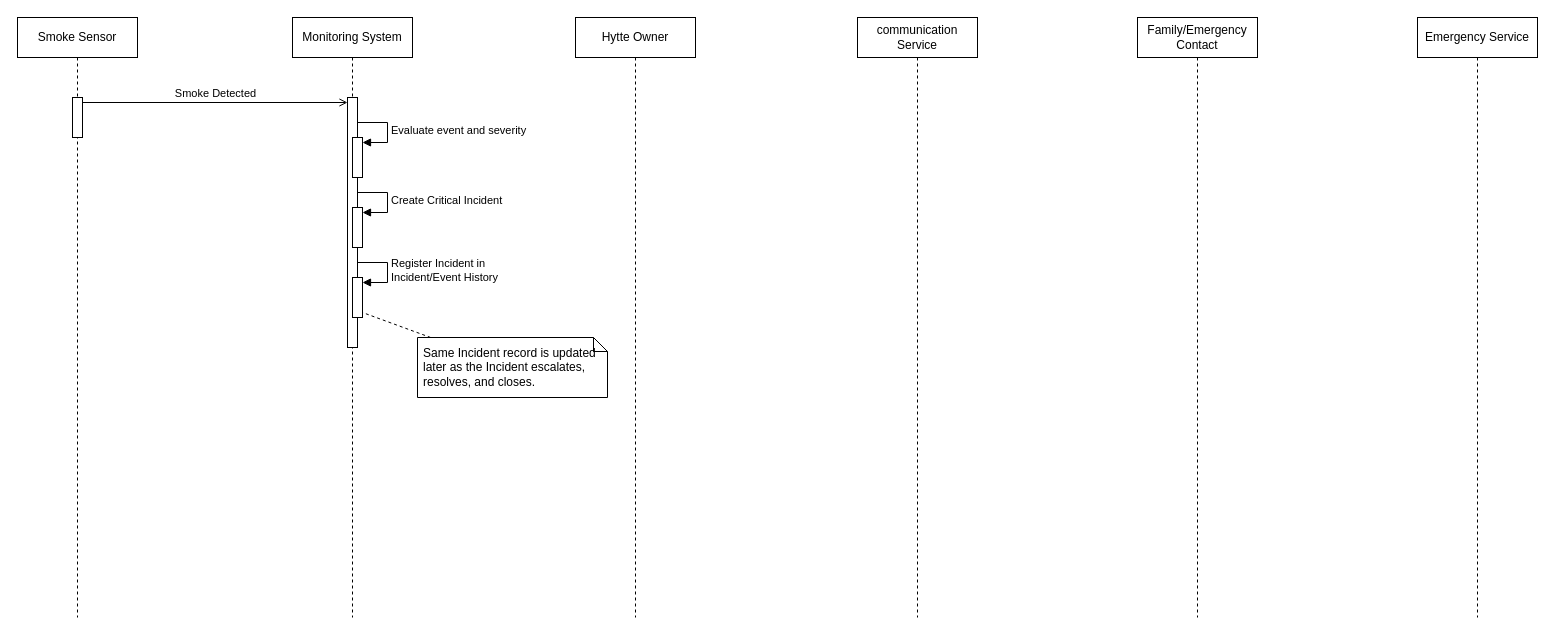
Above: model/sequence-diagram.drawio in hytte-monitoring/hytte-monitoring.github.io (draw.io), before the change. Source tidied: cells renumbered, new cells numbered last; positions are measured from the earlier drawing's top-left corner, leaving out a move shared by most shapes. Both pictures are drawn from the tidied source at 100%, with x=0, y=0 at pixel (17, 17).
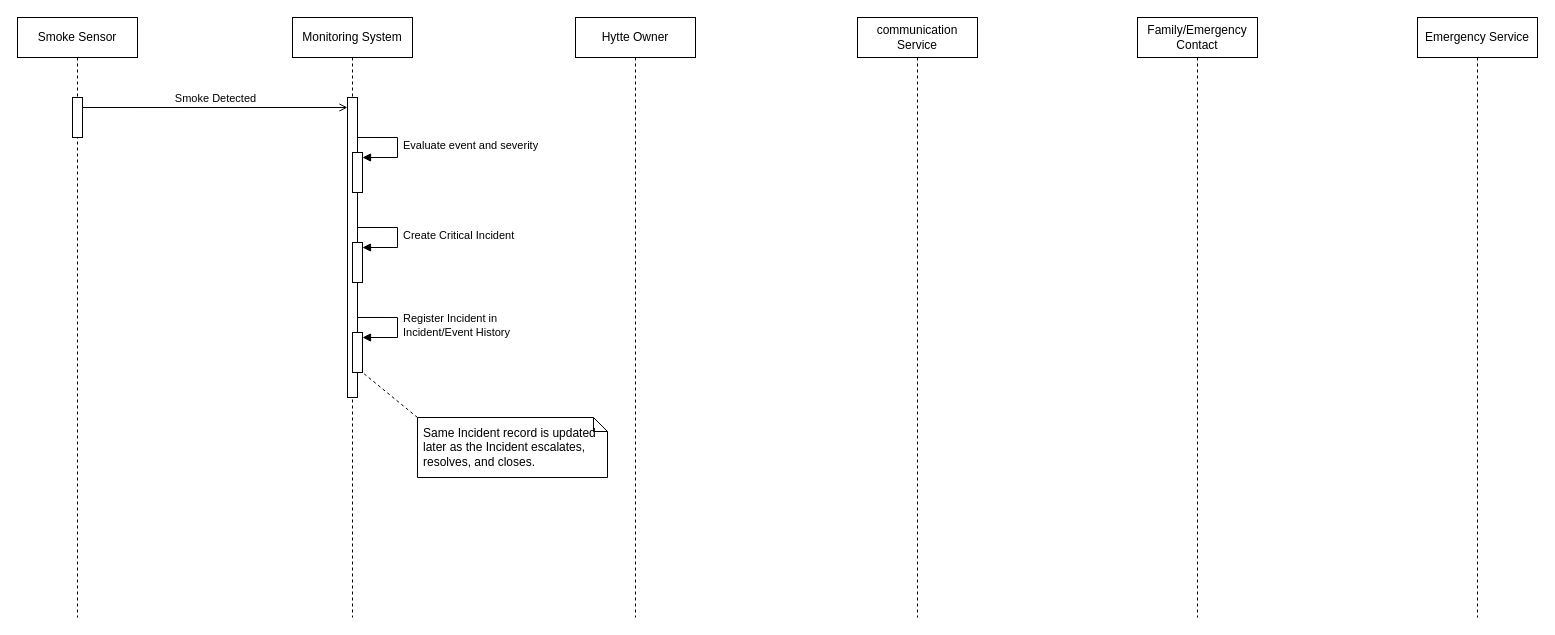
Above is the later version.

Commit message:
Fix spacing and anchors of sequence diagram self-calls

Unchanged cells that the change refers to:
```xml
<mxCell id="2" value="Smoke Sensor" style="shape=umlLifeline;perimeter=lifelinePerimeter;whiteSpace=wrap;html=1;newEdgeStyle={&quot;curved&quot;:0,&quot;rounded&quot;:0};size=40;" parent="1" vertex="1">
  <mxGeometry width="120" height="600" as="geometry" />
</mxCell>
<mxCell id="4" value="Monitoring System" style="shape=umlLifeline;perimeter=lifelinePerimeter;whiteSpace=wrap;html=1;newEdgeStyle={&quot;curved&quot;:0,&quot;rounded&quot;:0};size=40;" parent="1" vertex="1">
  <mxGeometry x="275" width="120" height="600" as="geometry" />
</mxCell>
```

The edit, as a diff of the source:
```diff
@@
-    <mxCell id="3" style="html=1;points=[[0,0,0,0,5],[0,1,0,0,-5],[1,0,0,0,5],[1,1,0,0,-5]];perimeter=orthogonalPerimeter;outlineConnect=0;targetShapes=umlLifeline;portConstraint=eastwest;newEdgeStyle={&quot;curved&quot;:0,&quot;rounded&quot;:0};" parent="2" vertex="1">
+    <mxCell id="3" style="html=1;perimeter=orthogonalPerimeter;outlineConnect=0;targetShapes=umlLifeline;portConstraint=eastwest;newEdgeStyle={&quot;curved&quot;:0,&quot;rounded&quot;:0};" parent="2" vertex="1">
       <mxGeometry x="55" y="80" width="10" height="40" as="geometry" />
     </mxCell>
@@
-    <mxCell id="5" style="html=1;points=[[0,0,0,0,5],[0,1,0,0,-5],[1,0,0,0,5],[1,1,0,0,-5]];perimeter=orthogonalPerimeter;outlineConnect=0;targetShapes=umlLifeline;portConstraint=eastwest;newEdgeStyle={&quot;curved&quot;:0,&quot;rounded&quot;:0};" parent="4" vertex="1">
-      <mxGeometry x="55" y="80" width="10" height="250" as="geometry" />
+    <mxCell id="5" style="html=1;perimeter=orthogonalPerimeter;outlineConnect=0;targetShapes=umlLifeline;portConstraint=eastwest;newEdgeStyle={&quot;curved&quot;:0,&quot;rounded&quot;:0};" parent="4" vertex="1">
+      <mxGeometry x="55" y="80" width="10" height="300" as="geometry" />
     </mxCell>
-    <mxCell id="6" style="html=1;points=[[0,0,0,0,5],[0,1,0,0,-5],[1,0,0,0,5],[1,1,0,0,-5]];perimeter=orthogonalPerimeter;outlineConnect=0;targetShapes=umlLifeline;portConstraint=eastwest;newEdgeStyle={&quot;curved&quot;:0,&quot;rounded&quot;:0};" parent="4" vertex="1">
-      <mxGeometry x="60" y="120" width="10" height="40" as="geometry" />
+    <mxCell id="6" style="html=1;perimeter=orthogonalPerimeter;outlineConnect=0;targetShapes=umlLifeline;portConstraint=eastwest;newEdgeStyle={&quot;curved&quot;:0,&quot;rounded&quot;:0};" parent="4" vertex="1">
+      <mxGeometry x="60" y="135" width="10" height="40" as="geometry" />
     </mxCell>
-    <mxCell id="7" style="html=1;points=[[0,0,0,0,5],[0,1,0,0,-5],[1,0,0,0,5],[1,1,0,0,-5]];perimeter=orthogonalPerimeter;outlineConnect=0;targetShapes=umlLifeline;portConstraint=eastwest;newEdgeStyle={&quot;curved&quot;:0,&quot;rounded&quot;:0};" parent="4" vertex="1">
-      <mxGeometry x="60" y="190" width="10" height="40" as="geometry" />
+    <mxCell id="7" style="html=1;perimeter=orthogonalPerimeter;outlineConnect=0;targetShapes=umlLifeline;portConstraint=eastwest;newEdgeStyle={&quot;curved&quot;:0,&quot;rounded&quot;:0};" parent="4" vertex="1">
+      <mxGeometry x="60" y="225" width="10" height="40" as="geometry" />
     </mxCell>
-    <mxCell id="8" style="html=1;points=[[0,0,0,0,5],[0,1,0,0,-5],[1,0,0,0,5],[1,1,0,0,-5]];perimeter=orthogonalPerimeter;outlineConnect=0;targetShapes=umlLifeline;portConstraint=eastwest;newEdgeStyle={&quot;curved&quot;:0,&quot;rounded&quot;:0};" parent="4" vertex="1">
-      <mxGeometry x="60" y="260" width="10" height="40" as="geometry" />
+    <mxCell id="8" style="html=1;perimeter=orthogonalPerimeter;outlineConnect=0;targetShapes=umlLifeline;portConstraint=eastwest;newEdgeStyle={&quot;curved&quot;:0,&quot;rounded&quot;:0};" parent="4" vertex="1">
+      <mxGeometry x="60" y="315" width="10" height="40" as="geometry" />
     </mxCell>
@@
-    <mxCell id="13" value="Smoke Detected" style="html=1;verticalAlign=bottom;labelBackgroundColor=none;endArrow=open;endFill=0;curved=0;rounded=0;exitX=1;exitY=0;exitDx=0;exitDy=5;entryX=0;entryY=0;entryDx=0;entryDy=5;" parent="1" edge="1" source="3" target="5">
+    <mxCell id="13" value="Smoke Detected" style="html=1;verticalAlign=bottom;labelBackgroundColor=none;endArrow=open;endFill=0;curved=0;rounded=0;exitX=1;exitY=0.25;entryX=0;entryY=0.0333;" parent="1" edge="1" source="3" target="5">
       <mxGeometry relative="1" as="geometry" />
     </mxCell>
-    <mxCell id="14" value="Evaluate event and severity" style="html=1;align=left;spacingLeft=2;endArrow=block;curved=0;rounded=0;exitX=1;exitY=0;exitDx=0;exitDy=25;entryX=1;entryY=0;entryDx=0;entryDy=5;" parent="1" edge="1" source="5" target="6">
+    <mxCell id="14" value="Evaluate event and severity" style="html=1;align=left;verticalAlign=middle;spacingLeft=4;endArrow=block;curved=0;rounded=0;exitX=1;exitY=0.1333;entryX=1;entryY=0.125;" parent="1" edge="1" source="5" target="6">
       <mxGeometry relative="1" as="geometry">
         <Array as="points">
-          <mxPoint x="370" y="105" />
-          <mxPoint x="370" y="125" />
+          <mxPoint x="380" y="120" />
+          <mxPoint x="380" y="140" />
         </Array>
       </mxGeometry>
     </mxCell>
-    <mxCell id="15" value="Create Critical Incident" style="html=1;align=left;spacingLeft=2;endArrow=block;curved=0;rounded=0;exitX=1;exitY=0;exitDx=0;exitDy=95;entryX=1;entryY=0;entryDx=0;entryDy=5;" parent="1" edge="1" source="5" target="7">
+    <mxCell id="15" value="Create Critical Incident" style="html=1;align=left;verticalAlign=middle;spacingLeft=4;endArrow=block;curved=0;rounded=0;exitX=1;exitY=0.4333;entryX=1;entryY=0.125;" parent="1" edge="1" source="5" target="7">
       <mxGeometry relative="1" as="geometry">
         <Array as="points">
-          <mxPoint x="370" y="175" />
-          <mxPoint x="370" y="195" />
+          <mxPoint x="380" y="210" />
+          <mxPoint x="380" y="230" />
         </Array>
       </mxGeometry>
     </mxCell>
-    <mxCell id="16" value="Register Incident in&lt;br&gt;Incident/Event History" style="html=1;align=left;spacingLeft=2;endArrow=block;curved=0;rounded=0;exitX=1;exitY=0;exitDx=0;exitDy=165;entryX=1;entryY=0;entryDx=0;entryDy=5;" parent="1" edge="1" source="5" target="8">
+    <mxCell id="16" value="Register Incident in&lt;br&gt;Incident/Event History" style="html=1;align=left;verticalAlign=middle;spacingLeft=4;endArrow=block;curved=0;rounded=0;exitX=1;exitY=0.7333;entryX=1;entryY=0.125;" parent="1" edge="1" source="5" target="8">
       <mxGeometry relative="1" as="geometry">
         <Array as="points">
-          <mxPoint x="370" y="245" />
-          <mxPoint x="370" y="265" />
+          <mxPoint x="380" y="300" />
+          <mxPoint x="380" y="320" />
         </Array>
       </mxGeometry>
     </mxCell>
     <mxCell id="17" value="Same Incident record is updated later as the Incident escalates, resolves, and closes." style="shape=note;whiteSpace=wrap;html=1;size=14;align=left;spacingLeft=4;" parent="1" vertex="1">
-      <mxGeometry x="400" y="320" width="190" height="60" as="geometry" />
+      <mxGeometry x="400" y="400" width="190" height="60" as="geometry" />
     </mxCell>
-    <mxCell id="18" style="html=1;endArrow=none;dashed=1;curved=0;rounded=0;entryX=1;entryY=1;entryDx=0;entryDy=-5;" parent="1" edge="1" source="17" target="8">
+    <mxCell id="18" style="html=1;endArrow=none;dashed=1;curved=0;rounded=0;exitX=0;exitY=0;entryX=1;entryY=1;" parent="1" edge="1" source="17" target="8">
       <mxGeometry relative="1" as="geometry" />
     </mxCell>
```
